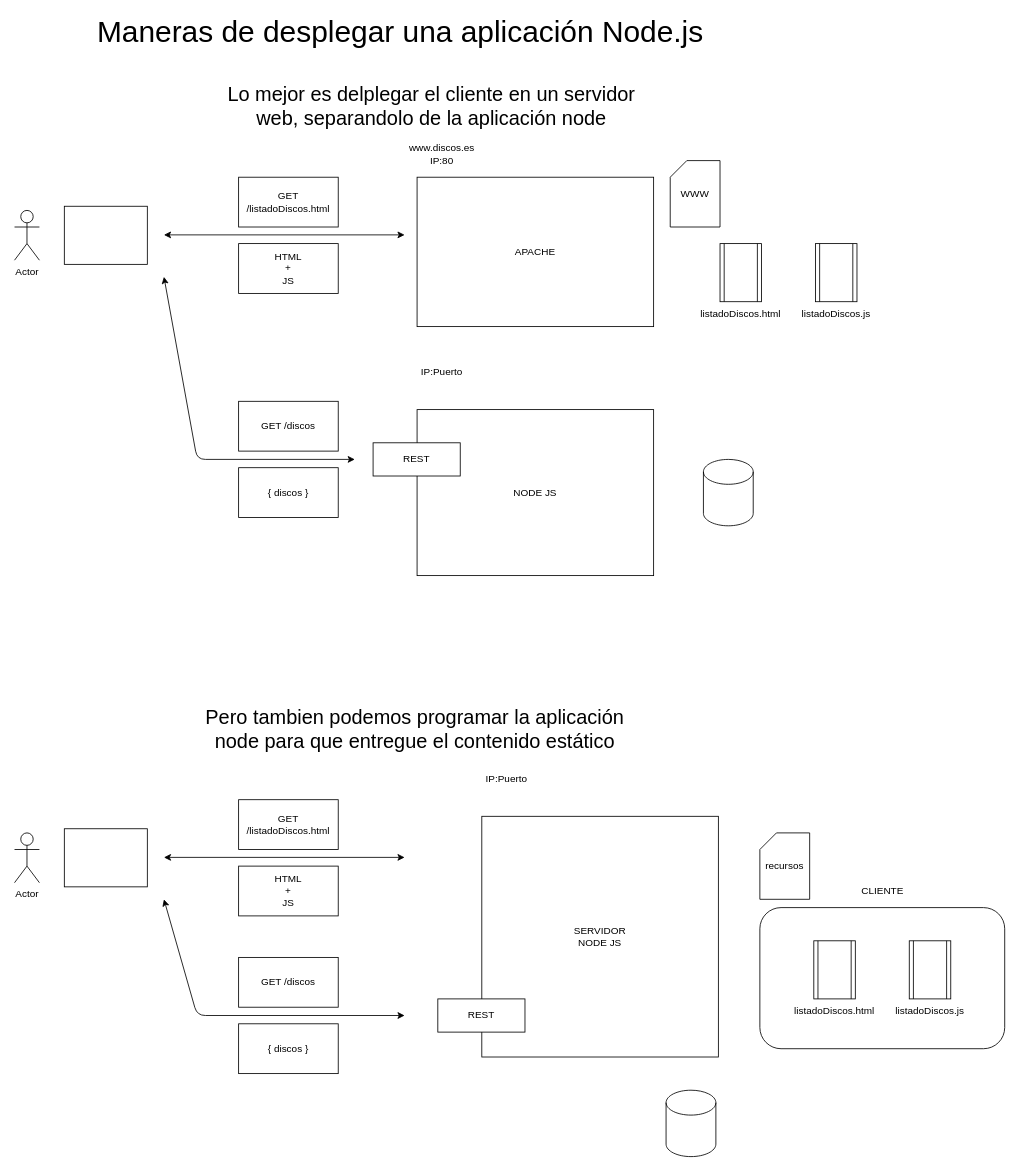
This is page "Página-23" (23 of 23) of dibujos.drawio from lrag/MEAN_2021_2, a draw.io file, before an edit. Source tidied: cells renumbered, new cells numbered last; positions are measured from the earlier drawing's top-left corner, leaving out a move shared by most shapes. Both pictures are drawn from the tidied source at 83%, with x=0, y=0 at pixel (14, 19).
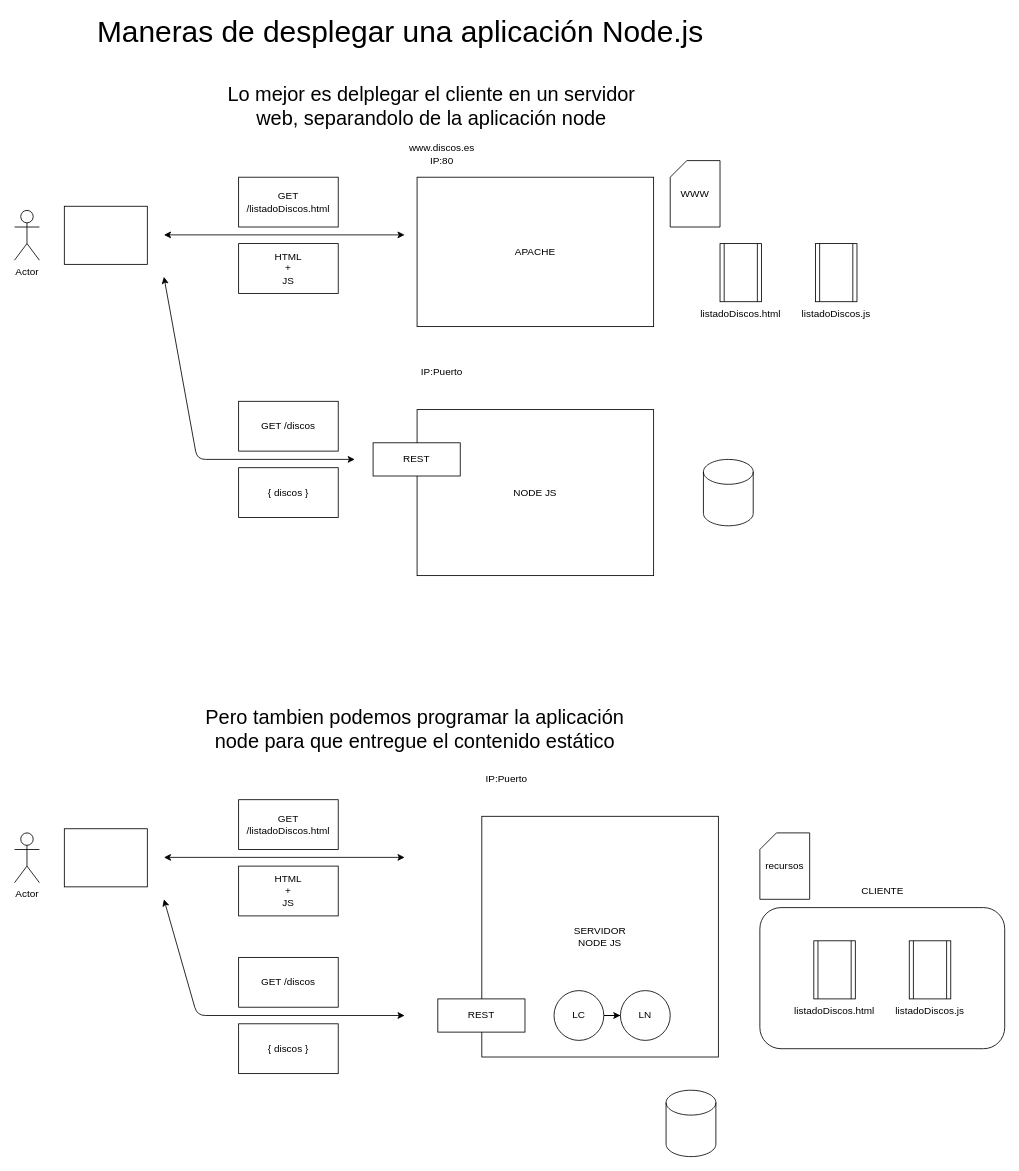
Above is the later version.

The edit, as a diff of the source:
```diff
@@
+    <mxCell id="43" style="edgeStyle=orthogonalEdgeStyle;rounded=0;jettySize=auto;html=1;" parent="1" edge="1" source="44" target="45">
+      <mxGeometry relative="1" as="geometry" />
+    </mxCell>
+    <mxCell id="44" value="LC" style="ellipse;whiteSpace=wrap;html=1;" parent="1" vertex="1">
+      <mxGeometry x="650" y="1170" width="60" height="60" as="geometry" />
+    </mxCell>
+    <mxCell id="45" value="LN" style="ellipse;whiteSpace=wrap;html=1;" parent="1" vertex="1">
+      <mxGeometry x="730" y="1170" width="60" height="60" as="geometry" />
+    </mxCell>
```
